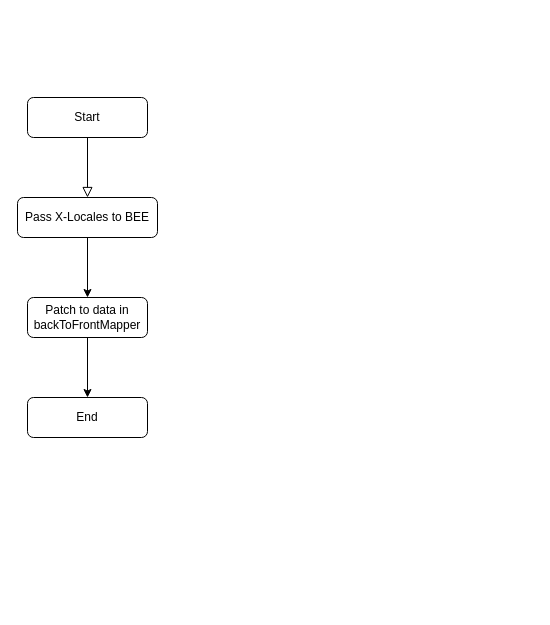
Before: User-Defined-I18n-Translate-Flow.drawio in SmileSB1O1/draw-active, a draw.io diagram. Source tidied: cells renumbered, new cells numbered last; positions are measured from the earlier drawing's top-left corner, leaving out a move shared by most shapes. Both pictures are drawn from the tidied source at 100%, with x=0, y=0 at pixel (17, 97).
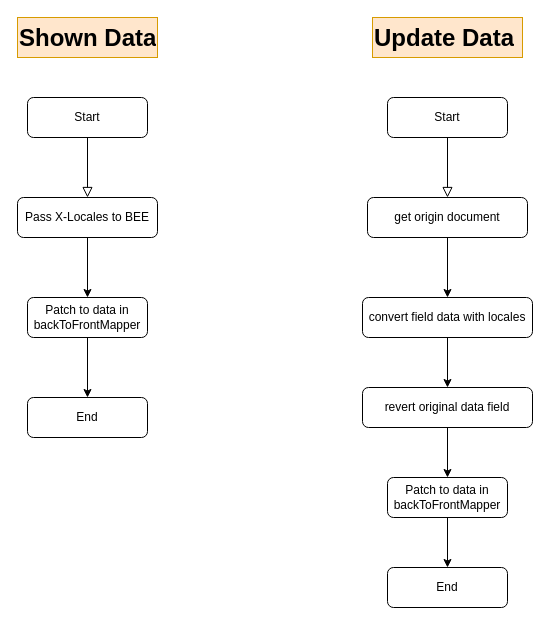
The same diagram, later.

Diff of the diagram source:
```diff
@@
+    <mxCell id="9" style="rounded=0;html=1;jettySize=auto;fontSize=11;endArrow=block;endFill=0;endSize=8;strokeWidth=1;shadow=0;labelBackgroundColor=none;edgeStyle=orthogonalEdgeStyle;" parent="1" edge="1" source="10" target="13">
+      <mxGeometry relative="1" as="geometry" />
+    </mxCell>
+    <mxCell id="10" value="Start" style="rounded=1;whiteSpace=wrap;html=1;fontSize=12;glass=0;strokeWidth=1;shadow=0;" parent="1" vertex="1">
+      <mxGeometry x="370" width="120" height="40" as="geometry" />
+    </mxCell>
+    <mxCell id="11" style="edgeStyle=orthogonalEdgeStyle;rounded=0;jettySize=auto;html=1;" parent="1" edge="1" source="19" target="16">
+      <mxGeometry relative="1" as="geometry" />
+    </mxCell>
+    <mxCell id="12" style="edgeStyle=orthogonalEdgeStyle;rounded=0;jettySize=auto;html=1;" parent="1" edge="1" source="13" target="18">
+      <mxGeometry relative="1" as="geometry" />
+    </mxCell>
+    <mxCell id="13" value="get origin document" style="rounded=1;whiteSpace=wrap;html=1;fontSize=12;glass=0;strokeWidth=1;shadow=0;" parent="1" vertex="1">
+      <mxGeometry x="350" y="100" width="160" height="40" as="geometry" />
+    </mxCell>
+    <mxCell id="14" value="End" style="rounded=1;whiteSpace=wrap;html=1;fontSize=12;glass=0;strokeWidth=1;shadow=0;" parent="1" vertex="1">
+      <mxGeometry x="370" y="470" width="120" height="40" as="geometry" />
+    </mxCell>
+    <mxCell id="15" style="edgeStyle=orthogonalEdgeStyle;rounded=0;jettySize=auto;html=1;" parent="1" edge="1" source="16" target="14">
+      <mxGeometry relative="1" as="geometry" />
+    </mxCell>
+    <mxCell id="16" value="Patch to data in backToFrontMapper" style="rounded=1;whiteSpace=wrap;html=1;fontSize=12;glass=0;strokeWidth=1;shadow=0;" parent="1" vertex="1">
+      <mxGeometry x="370" y="380" width="120" height="40" as="geometry" />
+    </mxCell>
+    <mxCell id="17" style="edgeStyle=orthogonalEdgeStyle;rounded=0;jettySize=auto;html=1;exitX=0.5;exitY=1;exitDx=0;exitDy=0;entryX=0.5;entryY=0;entryDx=0;entryDy=0;" parent="1" edge="1" source="18" target="19">
+      <mxGeometry relative="1" as="geometry" />
+    </mxCell>
+    <mxCell id="18" value="convert field data with locales" style="rounded=1;whiteSpace=wrap;html=1;fontSize=12;glass=0;strokeWidth=1;shadow=0;" parent="1" vertex="1">
+      <mxGeometry x="345" y="200" width="170" height="40" as="geometry" />
+    </mxCell>
+    <mxCell id="19" value="revert original data field" style="rounded=1;whiteSpace=wrap;html=1;fontSize=12;glass=0;strokeWidth=1;shadow=0;" parent="1" vertex="1">
+      <mxGeometry x="345" y="290" width="170" height="40" as="geometry" />
+    </mxCell>
+    <mxCell id="20" value="&lt;h1 style=&quot;margin-top: 0px;&quot;&gt;Shown Data&lt;/h1&gt;" style="text;html=1;whiteSpace=wrap;overflow=hidden;rounded=0;fillColor=#ffe6cc;strokeColor=#d79b00;" parent="1" vertex="1">
+      <mxGeometry y="-80" width="140" height="40" as="geometry" />
+    </mxCell>
+    <mxCell id="21" value="&lt;h1 style=&quot;margin-top: 0px;&quot;&gt;Update Data&lt;/h1&gt;" style="text;html=1;whiteSpace=wrap;overflow=hidden;rounded=0;fillColor=#ffe6cc;strokeColor=#d79b00;" parent="1" vertex="1">
+      <mxGeometry x="355" y="-80" width="150" height="40" as="geometry" />
+    </mxCell>
```
